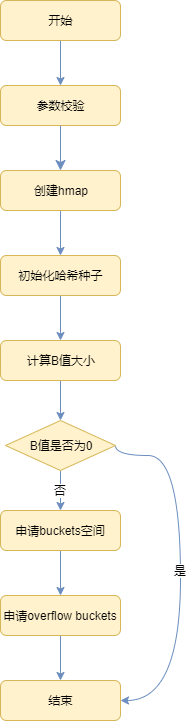
huanjiesm/images keeps this draw.io diagram as map_make.png. Above is the earlier version. Source tidied: cells renumbered, new cells last; positions are measured from the earlier drawing's top-left corner, leaving out a move shared by most shapes. Source of this version:
```xml
<mxGraphModel>
  <root>
    <mxCell id="0" />
    <mxCell id="1" parent="0" />
    <mxCell id="2" value="参数校验" style="rounded=1;whiteSpace=wrap;html=1;fontSize=12;glass=0;strokeWidth=1;shadow=0;fillColor=#fff2cc;strokeColor=#d6b656;" parent="1" vertex="1">
      <mxGeometry y="85" width="120" height="40" as="geometry" />
    </mxCell>
    <mxCell id="3" style="edgeStyle=orthogonalEdgeStyle;curved=1;jettySize=auto;html=1;entryX=0.5;entryY=0;entryDx=0;entryDy=0;fillColor=#dae8fc;strokeColor=#6c8ebf;" parent="1" edge="1" source="4" target="12">
      <mxGeometry relative="1" as="geometry" />
    </mxCell>
    <mxCell id="4" value="计算B值大小" style="rounded=1;whiteSpace=wrap;html=1;fontSize=12;glass=0;strokeWidth=1;shadow=0;fillColor=#fff2cc;strokeColor=#d6b656;" parent="1" vertex="1">
      <mxGeometry y="340" width="120" height="40" as="geometry" />
    </mxCell>
    <mxCell id="5" style="edgeStyle=orthogonalEdgeStyle;curved=1;jettySize=auto;html=1;entryX=0.5;entryY=0;entryDx=0;entryDy=0;fillColor=#dae8fc;strokeColor=#6c8ebf;" parent="1" edge="1" source="6" target="4">
      <mxGeometry relative="1" as="geometry" />
    </mxCell>
    <mxCell id="6" value="初始化哈希种子" style="rounded=1;whiteSpace=wrap;html=1;fontSize=12;glass=0;strokeWidth=1;shadow=0;fillColor=#fff2cc;strokeColor=#d6b656;" parent="1" vertex="1">
      <mxGeometry y="255" width="120" height="40" as="geometry" />
    </mxCell>
    <mxCell id="7" style="edgeStyle=orthogonalEdgeStyle;curved=1;jettySize=auto;html=1;entryX=0.5;entryY=0;entryDx=0;entryDy=0;fillColor=#dae8fc;strokeColor=#6c8ebf;" parent="1" edge="1" source="8" target="6">
      <mxGeometry relative="1" as="geometry" />
    </mxCell>
    <mxCell id="8" value="创建hmap" style="rounded=1;whiteSpace=wrap;html=1;fontSize=12;glass=0;strokeWidth=1;shadow=0;fillColor=#fff2cc;strokeColor=#d6b656;" parent="1" vertex="1">
      <mxGeometry y="170" width="120" height="40" as="geometry" />
    </mxCell>
    <mxCell id="9" style="rounded=0;html=1;jettySize=auto;fontSize=11;endArrow=classic;endFill=1;endSize=8;strokeWidth=1;shadow=0;labelBackgroundColor=none;edgeStyle=orthogonalEdgeStyle;fillColor=#dae8fc;strokeColor=#6c8ebf;" parent="1" edge="1" source="2" target="8">
      <mxGeometry relative="1" as="geometry" />
    </mxCell>
    <mxCell id="10" value="是" style="edgeStyle=orthogonalEdgeStyle;jettySize=auto;html=1;entryX=1;entryY=0.5;entryDx=0;entryDy=0;exitX=1;exitY=0.5;exitDx=0;exitDy=0;curved=1;fillColor=#dae8fc;strokeColor=#6c8ebf;" parent="1" edge="1" source="12" target="15">
      <mxGeometry relative="1" as="geometry">
        <Array as="points">
          <mxPoint x="180" y="455" />
          <mxPoint x="180" y="700" />
        </Array>
      </mxGeometry>
    </mxCell>
    <mxCell id="11" value="否" style="edgeStyle=orthogonalEdgeStyle;curved=1;jettySize=auto;html=1;fillColor=#dae8fc;strokeColor=#6c8ebf;" parent="1" edge="1" source="12" target="14">
      <mxGeometry relative="1" as="geometry" />
    </mxCell>
    <mxCell id="12" value="B值是否为0" style="rhombus;whiteSpace=wrap;html=1;fillColor=#fff2cc;strokeColor=#d6b656;" parent="1" vertex="1">
      <mxGeometry x="5" y="420" width="110" height="50" as="geometry" />
    </mxCell>
    <mxCell id="13" style="edgeStyle=orthogonalEdgeStyle;curved=1;jettySize=auto;html=1;entryX=0.5;entryY=0;entryDx=0;entryDy=0;fillColor=#dae8fc;strokeColor=#6c8ebf;" parent="1" edge="1" source="14" target="17">
      <mxGeometry relative="1" as="geometry" />
    </mxCell>
    <mxCell id="14" value="申请buckets空间" style="rounded=1;whiteSpace=wrap;html=1;fontSize=12;glass=0;strokeWidth=1;shadow=0;fillColor=#fff2cc;strokeColor=#d6b656;" parent="1" vertex="1">
      <mxGeometry y="510" width="120" height="40" as="geometry" />
    </mxCell>
    <mxCell id="15" value="结束" style="rounded=1;whiteSpace=wrap;html=1;fontSize=12;glass=0;strokeWidth=1;shadow=0;fillColor=#fff2cc;strokeColor=#d6b656;" parent="1" vertex="1">
      <mxGeometry y="680" width="120" height="40" as="geometry" />
    </mxCell>
    <mxCell id="16" style="edgeStyle=orthogonalEdgeStyle;curved=1;jettySize=auto;html=1;entryX=0.5;entryY=0;entryDx=0;entryDy=0;fillColor=#dae8fc;strokeColor=#6c8ebf;" parent="1" edge="1" source="17" target="15">
      <mxGeometry relative="1" as="geometry" />
    </mxCell>
    <mxCell id="17" value="申请overflow buckets" style="rounded=1;whiteSpace=wrap;html=1;fontSize=12;glass=0;strokeWidth=1;shadow=0;fillColor=#fff2cc;strokeColor=#d6b656;" parent="1" vertex="1">
      <mxGeometry y="595" width="120" height="40" as="geometry" />
    </mxCell>
    <mxCell id="18" style="edgeStyle=orthogonalEdgeStyle;curved=1;jettySize=auto;html=1;exitX=0.5;exitY=1;exitDx=0;exitDy=0;entryX=0.5;entryY=0;entryDx=0;entryDy=0;fillColor=#dae8fc;strokeColor=#6c8ebf;" parent="1" edge="1" source="19" target="2">
      <mxGeometry relative="1" as="geometry" />
    </mxCell>
    <mxCell id="19" value="开始" style="rounded=1;whiteSpace=wrap;html=1;fontSize=12;glass=0;strokeWidth=1;shadow=0;fillColor=#fff2cc;strokeColor=#d6b656;" parent="1" vertex="1">
      <mxGeometry width="120" height="40" as="geometry" />
    </mxCell>
  </root>
</mxGraphModel>
```
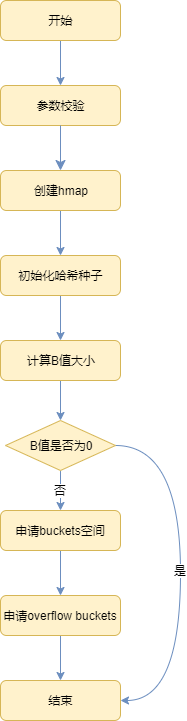
The same file after the commit.

The edit, as a diff of the source:
```diff
@@ -26,10 +26,10 @@
     <mxCell id="9" style="rounded=0;html=1;jettySize=auto;fontSize=11;endArrow=classic;endFill=1;endSize=8;strokeWidth=1;shadow=0;labelBackgroundColor=none;edgeStyle=orthogonalEdgeStyle;fillColor=#dae8fc;strokeColor=#6c8ebf;" parent="1" edge="1" source="2" target="8">
       <mxGeometry relative="1" as="geometry" />
     </mxCell>
-    <mxCell id="10" value="是" style="edgeStyle=orthogonalEdgeStyle;jettySize=auto;html=1;entryX=1;entryY=0.5;entryDx=0;entryDy=0;exitX=1;exitY=0.5;exitDx=0;exitDy=0;curved=1;fillColor=#dae8fc;strokeColor=#6c8ebf;" parent="1" edge="1" source="12" target="15">
+    <mxCell id="10" value="是" style="edgeStyle=orthogonalEdgeStyle;jettySize=auto;html=1;entryX=1;entryY=0.5;entryDx=0;entryDy=0;exitX=1;exitY=0.5;exitDx=0;exitDy=0;fillColor=#dae8fc;strokeColor=#6c8ebf;curved=1;" parent="1" edge="1" source="12" target="15">
       <mxGeometry relative="1" as="geometry">
         <Array as="points">
-          <mxPoint x="180" y="455" />
+          <mxPoint x="180" y="445" />
           <mxPoint x="180" y="700" />
         </Array>
       </mxGeometry>
```
